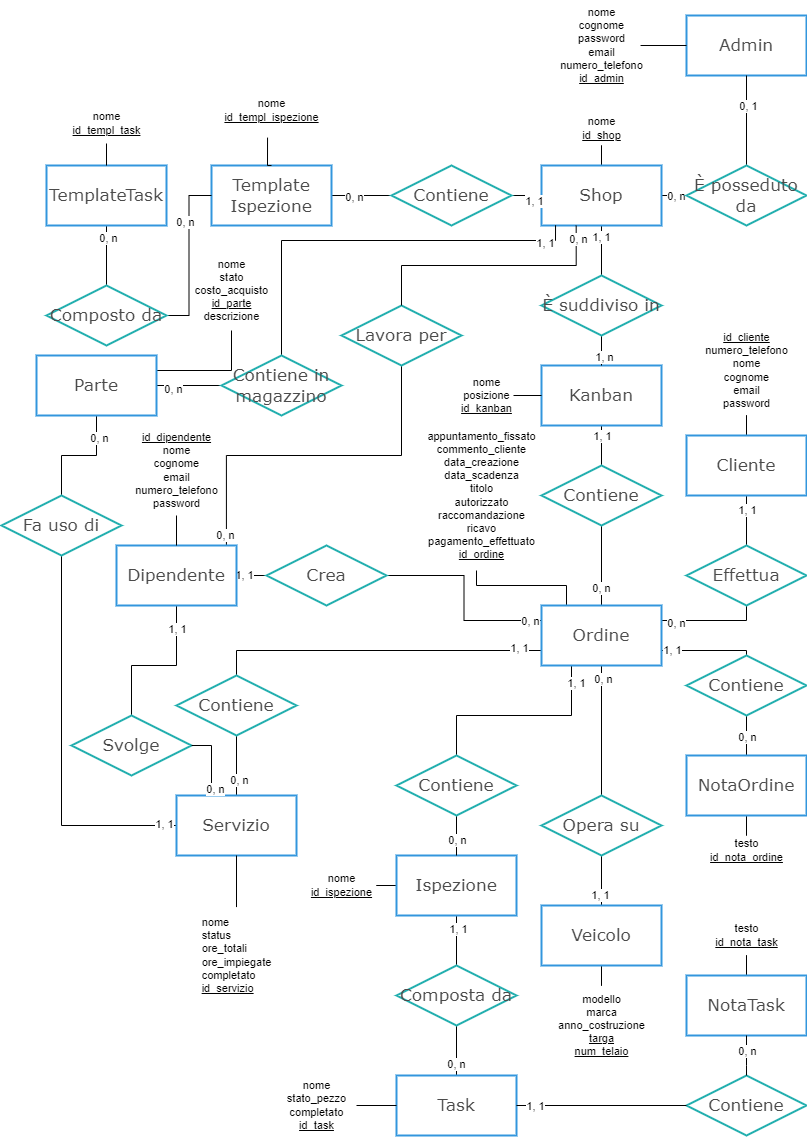
Before: resources/SchemaER.png, a diagram exported from draw.io (Mattia-Gaetano-Greco/Officina). Source tidied: cells renumbered, new cells last; positions are measured from the earlier drawing's top-left corner, leaving out a move shared by most shapes.
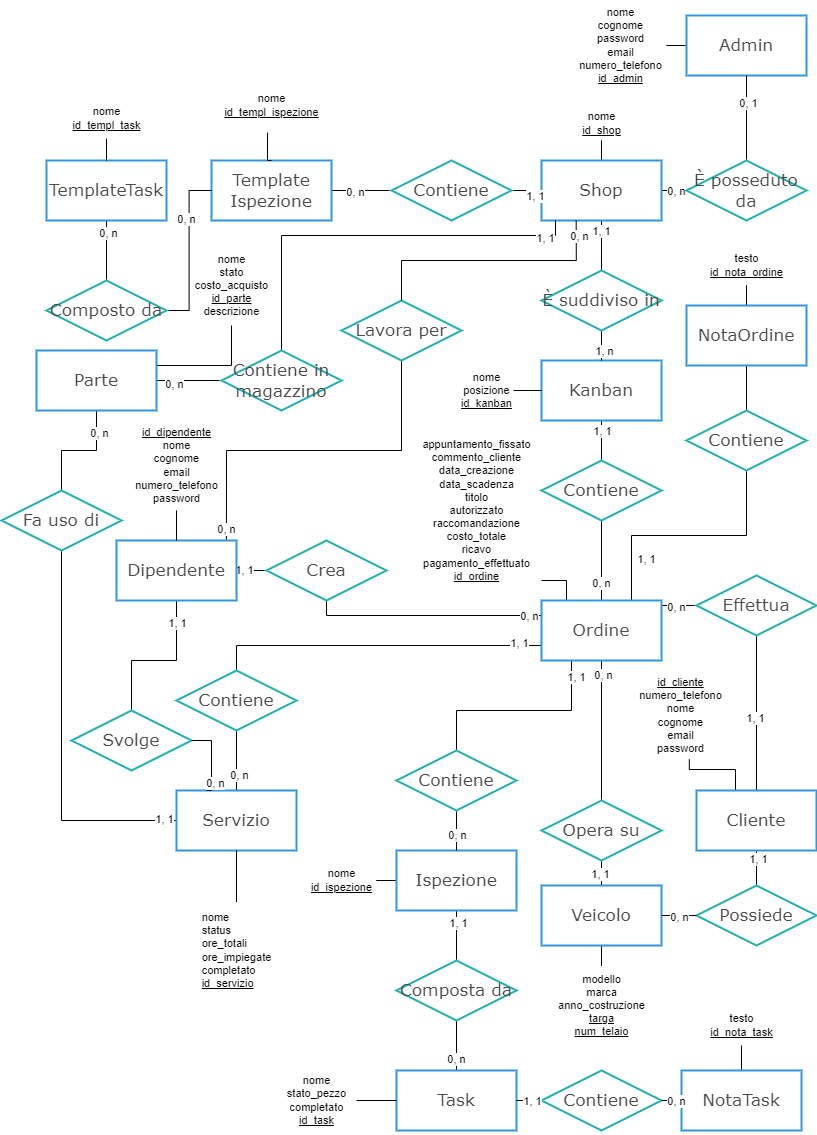
After the change.

What changed in the source:
```diff
@@ -28,6 +28,6 @@
     </mxCell>
-    <mxCell id="10" style="edgeStyle=orthogonalEdgeStyle;shape=connector;rounded=0;jettySize=auto;html=1;labelBackgroundColor=default;strokeColor=default;align=center;verticalAlign=middle;fontFamily=Helvetica;fontSize=11;fontColor=default;endArrow=none;endFill=0;exitX=1;exitY=0.25;exitDx=0;exitDy=0;entryX=0.5;entryY=1;entryDx=0;entryDy=0;" parent="1" edge="1" source="21" target="40">
+    <mxCell id="10" style="shape=connector;rounded=0;jettySize=auto;html=1;labelBackgroundColor=default;strokeColor=default;align=center;verticalAlign=middle;fontFamily=Helvetica;fontSize=11;fontColor=default;endArrow=none;endFill=0;exitX=1;exitY=0.25;exitDx=0;exitDy=0;entryX=0;entryY=0.5;entryDx=0;entryDy=0;edgeStyle=orthogonalEdgeStyle;" parent="1" edge="1" source="21" target="40">
       <mxGeometry relative="1" as="geometry">
         <Array as="points">
-          <mxPoint x="745" y="620" />
+          <mxPoint x="660" y="610" />
         </Array>
@@ -36,3 +36,5 @@
     <mxCell id="11" value="0, n" style="edgeLabel;html=1;align=center;verticalAlign=middle;" parent="10" vertex="1">
-      <mxGeometry x="-0.72" y="-2" relative="1" as="geometry" />
+      <mxGeometry x="-0.72" y="-2" relative="1" as="geometry">
+        <mxPoint x="12" y="-3" as="offset" />
+      </mxGeometry>
     </mxCell>
@@ -46,6 +48,7 @@
     </mxCell>
-    <mxCell id="13" style="edgeStyle=orthogonalEdgeStyle;shape=connector;rounded=0;jettySize=auto;html=1;entryX=0.5;entryY=0;entryDx=0;entryDy=0;labelBackgroundColor=default;strokeColor=default;align=center;verticalAlign=middle;fontFamily=Helvetica;fontSize=11;fontColor=default;endArrow=none;endFill=0;exitX=1;exitY=0.75;exitDx=0;exitDy=0;" parent="1" edge="1" source="21" target="55">
+    <mxCell id="13" style="edgeStyle=orthogonalEdgeStyle;shape=connector;rounded=0;jettySize=auto;html=1;entryX=0.5;entryY=0;entryDx=0;entryDy=0;labelBackgroundColor=default;strokeColor=default;align=center;verticalAlign=middle;fontFamily=Helvetica;fontSize=11;fontColor=default;endArrow=none;endFill=0;exitX=0.75;exitY=0;exitDx=0;exitDy=0;" parent="1" edge="1" source="21" target="55">
       <mxGeometry relative="1" as="geometry">
         <Array as="points">
-          <mxPoint x="745" y="650" />
+          <mxPoint x="630" y="540" />
+          <mxPoint x="745" y="540" />
         </Array>
@@ -54,3 +57,5 @@
     <mxCell id="14" value="1, 1" style="edgeLabel;html=1;align=center;verticalAlign=middle;" parent="13" vertex="1">
-      <mxGeometry x="-0.77" y="1" relative="1" as="geometry" />
+      <mxGeometry x="-0.77" y="1" relative="1" as="geometry">
+        <mxPoint x="15" y="-8" as="offset" />
+      </mxGeometry>
     </mxCell>
@@ -67,4 +72,8 @@
     </mxCell>
-    <mxCell id="17" style="rounded=0;jettySize=auto;html=1;entryX=1;entryY=0.5;entryDx=0;entryDy=0;endArrow=none;endFill=0;exitX=0;exitY=0.25;exitDx=0;exitDy=0;edgeStyle=orthogonalEdgeStyle;" parent="1" edge="1" source="21" target="106">
-      <mxGeometry relative="1" as="geometry" />
+    <mxCell id="17" style="rounded=0;jettySize=auto;html=1;entryX=0.5;entryY=1;entryDx=0;entryDy=0;endArrow=none;endFill=0;exitX=0;exitY=0.25;exitDx=0;exitDy=0;edgeStyle=orthogonalEdgeStyle;" parent="1" edge="1" source="21" target="106">
+      <mxGeometry relative="1" as="geometry">
+        <Array as="points">
+          <mxPoint x="325" y="620" />
+        </Array>
+      </mxGeometry>
     </mxCell>
@@ -94,7 +103,17 @@
     </mxCell>
-    <mxCell id="24" style="edgeStyle=orthogonalEdgeStyle;shape=connector;rounded=0;jettySize=auto;html=1;labelBackgroundColor=default;strokeColor=default;align=center;verticalAlign=middle;fontFamily=Helvetica;fontSize=11;fontColor=default;endArrow=none;endFill=0;" parent="1" edge="1" source="25" target="52">
-      <mxGeometry relative="1" as="geometry" />
+    <mxCell id="24" style="edgeStyle=orthogonalEdgeStyle;shape=connector;rounded=0;jettySize=auto;html=1;labelBackgroundColor=default;strokeColor=default;align=center;verticalAlign=middle;fontFamily=Helvetica;fontSize=11;fontColor=default;endArrow=none;endFill=0;entryX=0.58;entryY=0.987;entryDx=0;entryDy=0;entryPerimeter=0;" parent="1" edge="1" source="25" target="52">
+      <mxGeometry relative="1" as="geometry">
+        <Array as="points">
+          <mxPoint x="734" y="774" />
+        </Array>
+      </mxGeometry>
     </mxCell>
+    <mxCell id="134" style="edgeStyle=orthogonalEdgeStyle;rounded=0;jettySize=auto;html=1;exitX=0.5;exitY=1;exitDx=0;exitDy=0;entryX=0.5;entryY=0;entryDx=0;entryDy=0;endArrow=none;endFill=0;" parent="1" edge="1" source="25" target="136">
+      <mxGeometry relative="1" as="geometry" />
+    </mxCell>
+    <mxCell id="135" value="1, 1" style="edgeLabel;html=1;align=center;verticalAlign=middle;" parent="134" vertex="1">
+      <mxGeometry x="-0.51" y="1" relative="1" as="geometry" />
+    </mxCell>
     <mxCell id="25" value="Cliente" style="rounded=0;whiteSpace=wrap;html=1;strokeWidth=2;strokeColor=#3396dd;fontFamily=Verdana;fontSize=17;fontColor=#4B4B4B;" parent="1" vertex="1">
-      <mxGeometry x="685" y="435" width="120" height="60" as="geometry" />
+      <mxGeometry x="695" y="795" width="120" height="60" as="geometry" />
     </mxCell>
@@ -110,3 +129,3 @@
     <mxCell id="29" value="Veicolo" style="rounded=0;whiteSpace=wrap;html=1;strokeWidth=2;strokeColor=#3396dd;fontFamily=Verdana;fontSize=17;fontColor=#4B4B4B;" parent="1" vertex="1">
-      <mxGeometry x="540" y="905" width="120" height="60" as="geometry" />
+      <mxGeometry x="540" y="890" width="120" height="60" as="geometry" />
     </mxCell>
@@ -146,9 +165,9 @@
     <mxCell id="38" value="NotaTask" style="rounded=0;whiteSpace=wrap;html=1;strokeWidth=2;strokeColor=#3396dd;fontFamily=Verdana;fontSize=17;fontColor=#4B4B4B;" parent="1" vertex="1">
-      <mxGeometry x="685" y="975" width="120" height="60" as="geometry" />
+      <mxGeometry x="680" y="1075" width="120" height="60" as="geometry" />
     </mxCell>
     <mxCell id="39" value="Opera su" style="rhombus;whiteSpace=wrap;html=1;strokeWidth=2;strokeColor=#24afaf;fontFamily=Verdana;fontSize=17;fontColor=#4B4B4B;" parent="1" vertex="1">
-      <mxGeometry x="540" y="795" width="120" height="60" as="geometry" />
+      <mxGeometry x="540" y="805" width="120" height="60" as="geometry" />
     </mxCell>
     <mxCell id="40" value="Effettua" style="rhombus;whiteSpace=wrap;html=1;strokeWidth=2;strokeColor=#24afaf;fontFamily=Verdana;fontSize=17;fontColor=#4B4B4B;" parent="1" vertex="1">
-      <mxGeometry x="685" y="545" width="120" height="60" as="geometry" />
+      <mxGeometry x="695" y="580" width="120" height="60" as="geometry" />
     </mxCell>
@@ -164,8 +183,3 @@
     <mxCell id="44" style="edgeStyle=orthogonalEdgeStyle;rounded=0;jettySize=auto;html=1;exitX=1;exitY=0.5;exitDx=0;exitDy=0;entryX=0;entryY=0.5;entryDx=0;entryDy=0;endArrow=none;endFill=0;" parent="1" edge="1" source="46" target="128">
-      <mxGeometry relative="1" as="geometry">
-        <Array as="points">
-          <mxPoint x="694" y="195" />
-          <mxPoint x="694" y="195" />
-        </Array>
-      </mxGeometry>
+      <mxGeometry relative="1" as="geometry" />
     </mxCell>
@@ -173,3 +187,3 @@
       <mxGeometry x="0.41" y="-2" relative="1" as="geometry">
-        <mxPoint x="-16" y="-2" as="offset" />
+        <mxPoint x="-4" y="-2" as="offset" />
       </mxGeometry>
@@ -188,12 +202,12 @@
     </mxCell>
-    <mxCell id="50" value="appuntamento_fissato&lt;br style=&quot;font-size: 11px;&quot;&gt;commento_cliente&lt;br style=&quot;font-size: 11px;&quot;&gt;data_creazione&lt;br style=&quot;font-size: 11px;&quot;&gt;data_scadenza&lt;br style=&quot;font-size: 11px;&quot;&gt;titolo&lt;br style=&quot;font-size: 11px;&quot;&gt;autorizzato&lt;br style=&quot;font-size: 11px;&quot;&gt;raccomandazione&lt;br&gt;ricavo&lt;br&gt;pagamento_effettuato&lt;br style=&quot;font-size: 11px;&quot;&gt;&lt;u style=&quot;font-size: 11px;&quot;&gt;id_ordine&lt;/u&gt;" style="text;html=1;align=center;verticalAlign=middle;points=[];strokeColor=none;fillColor=none;fontSize=11;fontFamily=Helvetica;fontColor=default;" parent="1" vertex="1">
-      <mxGeometry x="415" y="420" width="130" height="150" as="geometry" />
+    <mxCell id="50" value="appuntamento_fissato&lt;br style=&quot;font-size: 11px;&quot;&gt;commento_cliente&lt;br style=&quot;font-size: 11px;&quot;&gt;data_creazione&lt;br style=&quot;font-size: 11px;&quot;&gt;data_scadenza&lt;br style=&quot;font-size: 11px;&quot;&gt;titolo&lt;br style=&quot;font-size: 11px;&quot;&gt;autorizzato&lt;br style=&quot;font-size: 11px;&quot;&gt;raccomandazione&lt;div&gt;costo_totale&lt;br&gt;ricavo&lt;br&gt;pagamento_effettuato&lt;br style=&quot;font-size: 11px;&quot;&gt;&lt;u style=&quot;font-size: 11px;&quot;&gt;id_ordine&lt;/u&gt;&lt;/div&gt;" style="text;html=1;align=center;verticalAlign=middle;points=[];strokeColor=none;fillColor=none;fontSize=11;fontFamily=Helvetica;fontColor=default;" parent="1" vertex="1">
+      <mxGeometry x="410" y="435" width="130" height="160" as="geometry" />
     </mxCell>
     <mxCell id="51" value="modello&lt;br style=&quot;font-size: 11px;&quot;&gt;marca&lt;br style=&quot;font-size: 11px;&quot;&gt;anno_costruzione&lt;br style=&quot;font-size: 11px;&quot;&gt;&lt;u style=&quot;font-size: 11px;&quot;&gt;targa&lt;br style=&quot;font-size: 11px;&quot;&gt;num_telaio&lt;/u&gt;" style="text;html=1;align=center;verticalAlign=middle;points=[];strokeColor=none;fillColor=none;fontSize=11;fontFamily=Helvetica;fontColor=default;" parent="1" vertex="1">
-      <mxGeometry x="545" y="985" width="110" height="80" as="geometry" />
+      <mxGeometry x="545" y="970" width="110" height="80" as="geometry" />
     </mxCell>
     <mxCell id="52" value="&lt;u style=&quot;font-size: 11px;&quot;&gt;id_cliente&lt;/u&gt;&lt;br style=&quot;font-size: 11px;&quot;&gt;numero_telefono&lt;br style=&quot;font-size: 11px;&quot;&gt;nome&lt;br style=&quot;font-size: 11px;&quot;&gt;cognome&lt;br style=&quot;font-size: 11px;&quot;&gt;email&lt;br&gt;password" style="text;html=1;align=center;verticalAlign=middle;points=[];strokeColor=none;fillColor=none;fontSize=11;fontFamily=Helvetica;fontColor=default;" parent="1" vertex="1">
-      <mxGeometry x="690" y="325" width="110" height="90" as="geometry" />
+      <mxGeometry x="624" y="675" width="110" height="90" as="geometry" />
     </mxCell>
-    <mxCell id="53" style="edgeStyle=orthogonalEdgeStyle;shape=connector;rounded=0;jettySize=auto;html=1;labelBackgroundColor=default;strokeColor=default;align=center;verticalAlign=middle;fontFamily=Helvetica;fontSize=11;fontColor=default;endArrow=none;endFill=0;entryX=0.5;entryY=0;entryDx=0;entryDy=0;" parent="1" edge="1" source="55" target="118">
+    <mxCell id="53" style="edgeStyle=orthogonalEdgeStyle;shape=connector;rounded=0;jettySize=auto;html=1;labelBackgroundColor=default;strokeColor=default;align=center;verticalAlign=middle;fontFamily=Helvetica;fontSize=11;fontColor=default;endArrow=none;endFill=0;entryX=0.5;entryY=1;entryDx=0;entryDy=0;" parent="1" edge="1" source="55" target="118">
       <mxGeometry relative="1" as="geometry" />
@@ -206,6 +220,6 @@
     <mxCell id="55" value="Contiene" style="rhombus;whiteSpace=wrap;html=1;strokeWidth=2;strokeColor=#24afaf;fontFamily=Verdana;fontSize=17;fontColor=#4B4B4B;" parent="1" vertex="1">
-      <mxGeometry x="685" y="655" width="120" height="60" as="geometry" />
+      <mxGeometry x="685" y="415" width="120" height="60" as="geometry" />
     </mxCell>
     <mxCell id="56" value="testo&lt;br style=&quot;font-size: 11px;&quot;&gt;&lt;u style=&quot;font-size: 11px;&quot;&gt;id_nota_task&lt;/u&gt;" style="text;html=1;align=center;verticalAlign=middle;points=[];strokeColor=none;fillColor=none;fontSize=11;fontFamily=Helvetica;fontColor=default;" parent="1" vertex="1">
-      <mxGeometry x="700" y="915" width="90" height="40" as="geometry" />
+      <mxGeometry x="695" y="1010" width="90" height="40" as="geometry" />
     </mxCell>
@@ -400,10 +414,6 @@
     <mxCell id="112" value="Contiene" style="rhombus;whiteSpace=wrap;html=1;strokeWidth=2;strokeColor=#24afaf;fontFamily=Verdana;fontSize=17;fontColor=#4B4B4B;" parent="1" vertex="1">
-      <mxGeometry x="685" y="1075" width="120" height="60" as="geometry" />
+      <mxGeometry x="540" y="1075" width="120" height="60" as="geometry" />
     </mxCell>
-    <mxCell id="113" style="edgeStyle=orthogonalEdgeStyle;shape=connector;rounded=0;jettySize=auto;html=1;entryX=0;entryY=0.5;entryDx=0;entryDy=0;labelBackgroundColor=default;strokeColor=default;align=center;verticalAlign=middle;fontFamily=Helvetica;fontSize=11;fontColor=default;endArrow=none;endFill=0;exitX=1;exitY=0.5;exitDx=0;exitDy=0;" parent="1" edge="1" source="67" target="112">
-      <mxGeometry relative="1" as="geometry">
-        <Array as="points">
-          <mxPoint x="685" y="1105" />
-        </Array>
-      </mxGeometry>
+    <mxCell id="113" style="shape=connector;rounded=0;jettySize=auto;html=1;entryX=0;entryY=0.5;entryDx=0;entryDy=0;labelBackgroundColor=default;strokeColor=default;align=center;verticalAlign=middle;fontFamily=Helvetica;fontSize=11;fontColor=default;endArrow=none;endFill=0;exitX=1;exitY=0.5;exitDx=0;exitDy=0;" parent="1" edge="1" source="67" target="112">
+      <mxGeometry relative="1" as="geometry" />
     </mxCell>
@@ -414,9 +424,4 @@
     </mxCell>
-    <mxCell id="115" style="edgeStyle=orthogonalEdgeStyle;shape=connector;rounded=0;jettySize=auto;html=1;entryX=0.5;entryY=1;entryDx=0;entryDy=0;labelBackgroundColor=default;strokeColor=default;align=center;verticalAlign=middle;fontFamily=Helvetica;fontSize=11;fontColor=default;endArrow=none;endFill=0;exitX=0.5;exitY=0;exitDx=0;exitDy=0;" parent="1" edge="1" source="112" target="38">
-      <mxGeometry relative="1" as="geometry">
-        <Array as="points">
-          <mxPoint x="745" y="1065" />
-          <mxPoint x="745" y="1065" />
-        </Array>
-      </mxGeometry>
+    <mxCell id="115" style="shape=connector;rounded=0;jettySize=auto;html=1;entryX=0;entryY=0.5;entryDx=0;entryDy=0;labelBackgroundColor=default;strokeColor=default;align=center;verticalAlign=middle;fontFamily=Helvetica;fontSize=11;fontColor=default;endArrow=none;endFill=0;exitX=1;exitY=0.5;exitDx=0;exitDy=0;" parent="1" edge="1" source="112" target="38">
+      <mxGeometry relative="1" as="geometry" />
     </mxCell>
@@ -424,6 +429,6 @@
       <mxGeometry x="0.78" relative="1" as="geometry">
-        <mxPoint y="11" as="offset" />
+        <mxPoint x="-4" as="offset" />
       </mxGeometry>
     </mxCell>
-    <mxCell id="117" style="edgeStyle=orthogonalEdgeStyle;rounded=0;jettySize=auto;html=1;exitX=0.5;exitY=1;exitDx=0;exitDy=0;endArrow=none;endFill=0;" parent="1" edge="1" source="118" target="119">
+    <mxCell id="117" style="edgeStyle=orthogonalEdgeStyle;rounded=0;jettySize=auto;html=1;exitX=0.5;exitY=0;exitDx=0;exitDy=0;endArrow=none;endFill=0;" parent="1" edge="1" source="118" target="119">
       <mxGeometry relative="1" as="geometry" />
@@ -431,6 +436,6 @@
     <mxCell id="118" value="NotaOrdine" style="rounded=0;whiteSpace=wrap;html=1;strokeWidth=2;strokeColor=#3396dd;fontFamily=Verdana;fontSize=17;fontColor=#4B4B4B;" parent="1" vertex="1">
-      <mxGeometry x="685" y="755" width="120" height="60" as="geometry" />
+      <mxGeometry x="685" y="310" width="120" height="60" as="geometry" />
     </mxCell>
     <mxCell id="119" value="testo&lt;br style=&quot;font-size: 11px;&quot;&gt;&lt;u style=&quot;font-size: 11px;&quot;&gt;id_nota_ordine&lt;/u&gt;" style="text;html=1;align=center;verticalAlign=middle;points=[];strokeColor=none;fillColor=none;fontSize=11;fontFamily=Helvetica;fontColor=default;" parent="1" vertex="1">
-      <mxGeometry x="695" y="830" width="100" height="40" as="geometry" />
+      <mxGeometry x="695" y="250" width="100" height="40" as="geometry" />
     </mxCell>
@@ -453,4 +458,7 @@
     </mxCell>
+    <mxCell id="133" style="edgeStyle=orthogonalEdgeStyle;rounded=0;jettySize=auto;html=1;exitX=0;exitY=0.5;exitDx=0;exitDy=0;endArrow=none;endFill=0;" parent="1" edge="1" source="125" target="129">
+      <mxGeometry relative="1" as="geometry" />
+    </mxCell>
     <mxCell id="125" value="Admin" style="rounded=0;whiteSpace=wrap;html=1;strokeWidth=2;strokeColor=#3396dd;fontFamily=Verdana;fontSize=17;fontColor=#4B4B4B;" parent="1" vertex="1">
-      <mxGeometry x="685" y="15" width="120" height="60" as="geometry" />
+      <mxGeometry x="685" y="20" width="120" height="60" as="geometry" />
     </mxCell>
@@ -465,4 +473,4 @@
     </mxCell>
-    <mxCell id="129" value="nome&lt;br&gt;cognome&lt;br&gt;password&lt;br&gt;email&lt;br&gt;numero_telefono&lt;br style=&quot;font-size: 11px;&quot;&gt;&lt;u style=&quot;font-size: 11px;&quot;&gt;id_admin&lt;/u&gt;" style="text;html=1;align=center;verticalAlign=middle;points=[];strokeColor=none;fillColor=none;fontSize=11;" parent="1" vertex="1">
-      <mxGeometry x="545" width="110" height="90" as="geometry" />
+    <mxCell id="129" value="nome&lt;br&gt;cognome&lt;br&gt;password&lt;div&gt;email&lt;/div&gt;&lt;div&gt;numero_telefono&lt;br style=&quot;font-size: 11px;&quot;&gt;&lt;u style=&quot;font-size: 11px;&quot;&gt;id_admin&lt;/u&gt;&lt;/div&gt;" style="text;html=1;align=center;verticalAlign=middle;points=[];strokeColor=none;fillColor=none;fontSize=11;" parent="1" vertex="1">
+      <mxGeometry x="564" y="5" width="110" height="90" as="geometry" />
     </mxCell>
@@ -477,5 +485,11 @@
     </mxCell>
-    <mxCell id="133" style="edgeStyle=orthogonalEdgeStyle;rounded=0;jettySize=auto;html=1;exitX=0;exitY=0.5;exitDx=0;exitDy=0;entryX=0.855;entryY=0.5;entryDx=0;entryDy=0;entryPerimeter=0;endArrow=none;endFill=0;" parent="1" edge="1" source="125" target="129">
-      <mxGeometry relative="1" as="geometry" />
-    </mxCell>
+    <mxCell id="136" value="Possiede" style="rhombus;whiteSpace=wrap;html=1;strokeWidth=2;strokeColor=#24afaf;fontFamily=Verdana;fontSize=17;fontColor=#4B4B4B;" parent="1" vertex="1">
+      <mxGeometry x="695" y="890" width="120" height="60" as="geometry" />
+    </mxCell>
+    <mxCell id="137" style="edgeStyle=orthogonalEdgeStyle;rounded=0;jettySize=auto;html=1;exitX=0;exitY=0.5;exitDx=0;exitDy=0;entryX=1;entryY=0.5;entryDx=0;entryDy=0;endArrow=none;endFill=0;" parent="1" edge="1" source="136" target="29">
+      <mxGeometry relative="1" as="geometry" />
+    </mxCell>
+    <mxCell id="138" value="0, n" style="edgeLabel;html=1;align=center;verticalAlign=middle;" parent="137" vertex="1">
+      <mxGeometry x="0.04" y="1" relative="1" as="geometry" />
+    </mxCell>
   </root>
```
